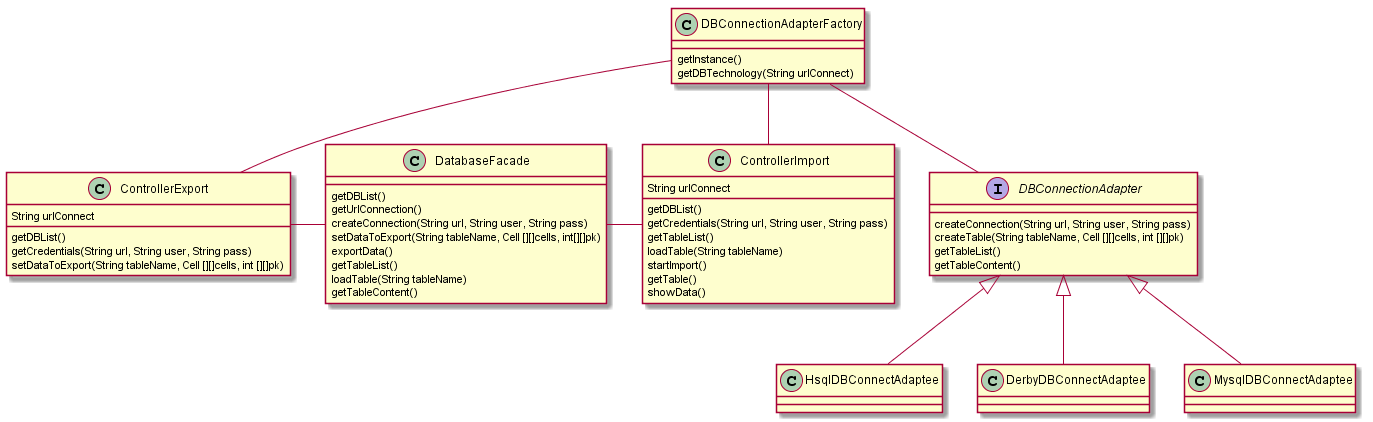
This is docs/1111168/Diagrams/class_diagram_persistance.png from askpt/LAPR4, a PlantUML export, as it was before one commit.
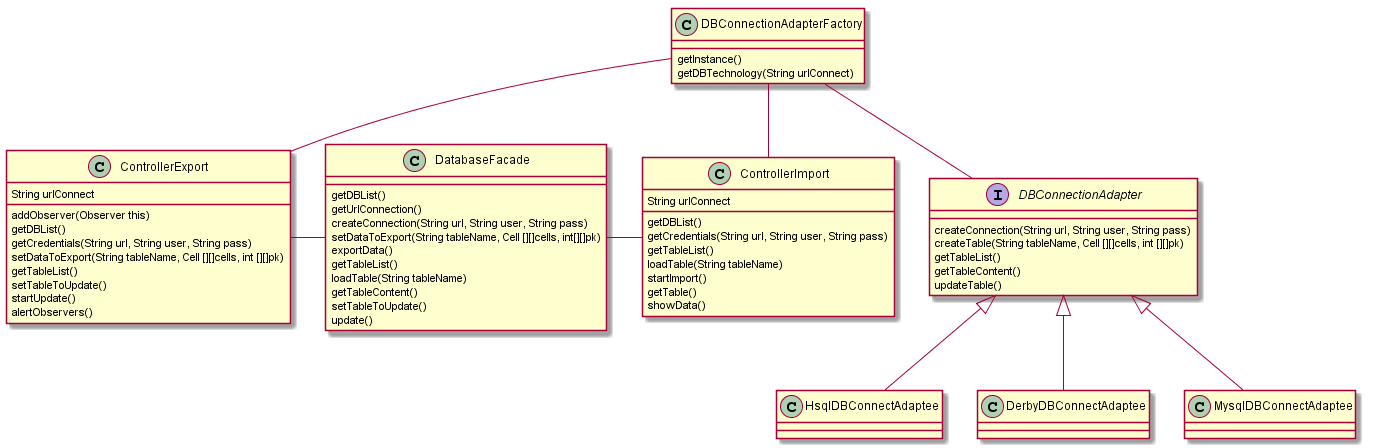
Later version of the same file.

Commit message:
1111168: updated persistence class diagram ref #5 #9 #10

Change to the diagram source:
```diff
@@ -8,12 +8,15 @@
 ControllerExport - DatabaseFacade
 ControllerImport - DatabaseFacade
 DBConnectionAdapterFactory -- DBConnectionAdapter
-
+ControllerExport: addObserver(Observer this)
 ControllerExport: String urlConnect
 ControllerExport: getDBList()
 ControllerExport: getCredentials(String url, String user, String pass)
 ControllerExport: setDataToExport(String tableName, Cell [][]cells, int [][]pk)
-
+ControllerExport: getTableList()
+ControllerExport: setTableToUpdate()
+ControllerExport: startUpdate()
+ControllerExport: alertObservers()
 ControllerImport: String urlConnect
 ControllerImport: getDBList()
 ControllerImport: getCredentials(String url, String user, String pass)
@@ -30,10 +33,13 @@
 DatabaseFacade: getTableList()
 DatabaseFacade: loadTable(String tableName)
 DatabaseFacade: getTableContent()
+DatabaseFacade: setTableToUpdate()
+DatabaseFacade: update()
 DBConnectionAdapterFactory: getInstance()
 DBConnectionAdapterFactory: getDBTechnology(String urlConnect)
 DBConnectionAdapter: createConnection(String url, String user, String pass)
 DBConnectionAdapter: createTable(String tableName, Cell [][]cells, int [][]pk)
 DBConnectionAdapter: getTableList()
 DBConnectionAdapter: getTableContent()
+DBConnectionAdapter: updateTable()
 @enduml
```
